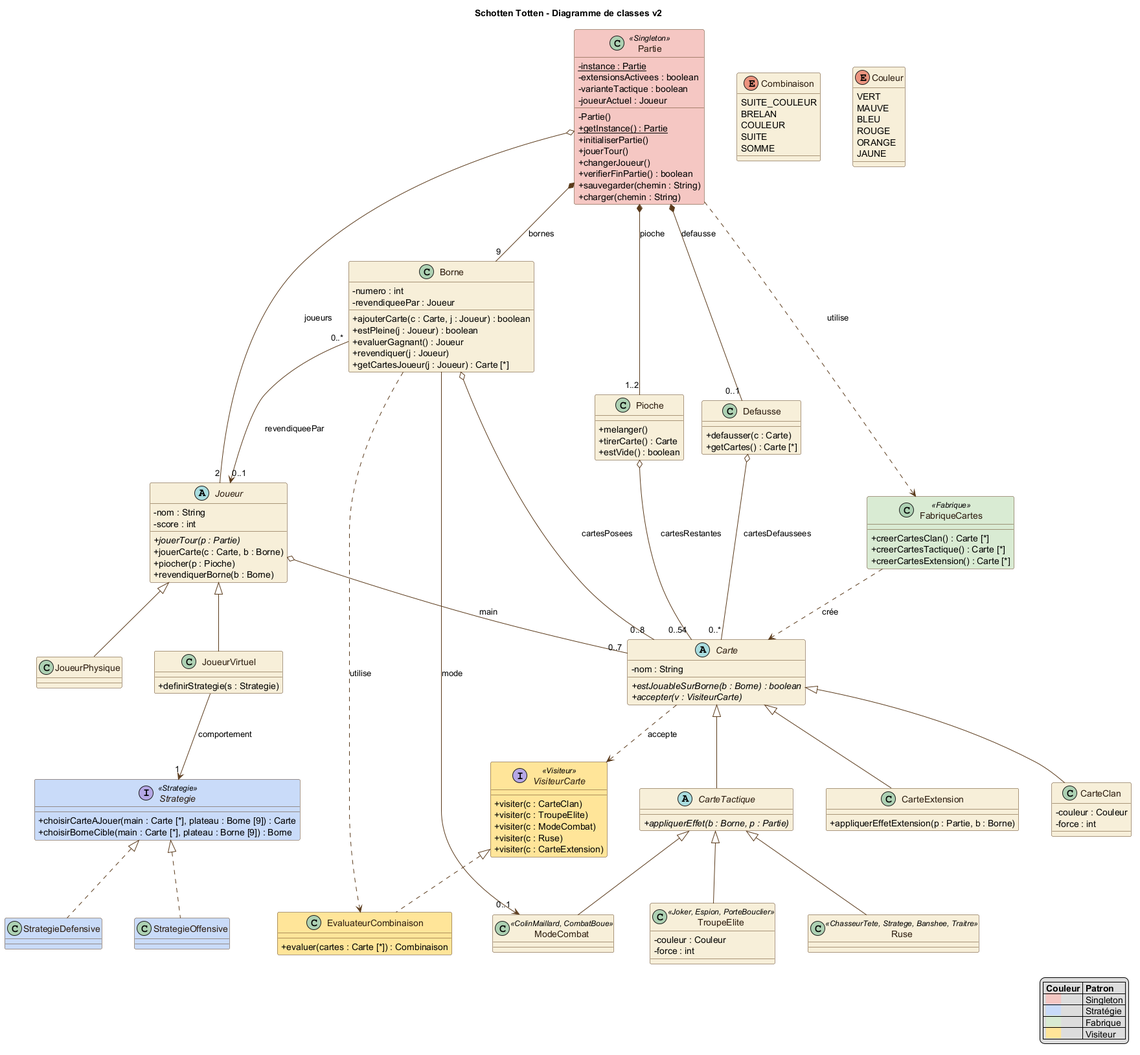
The PlantUML diagram doc/uml/classes-v2.png in Lelio88/lo02-schotten-totten-soutenance, before a commit.
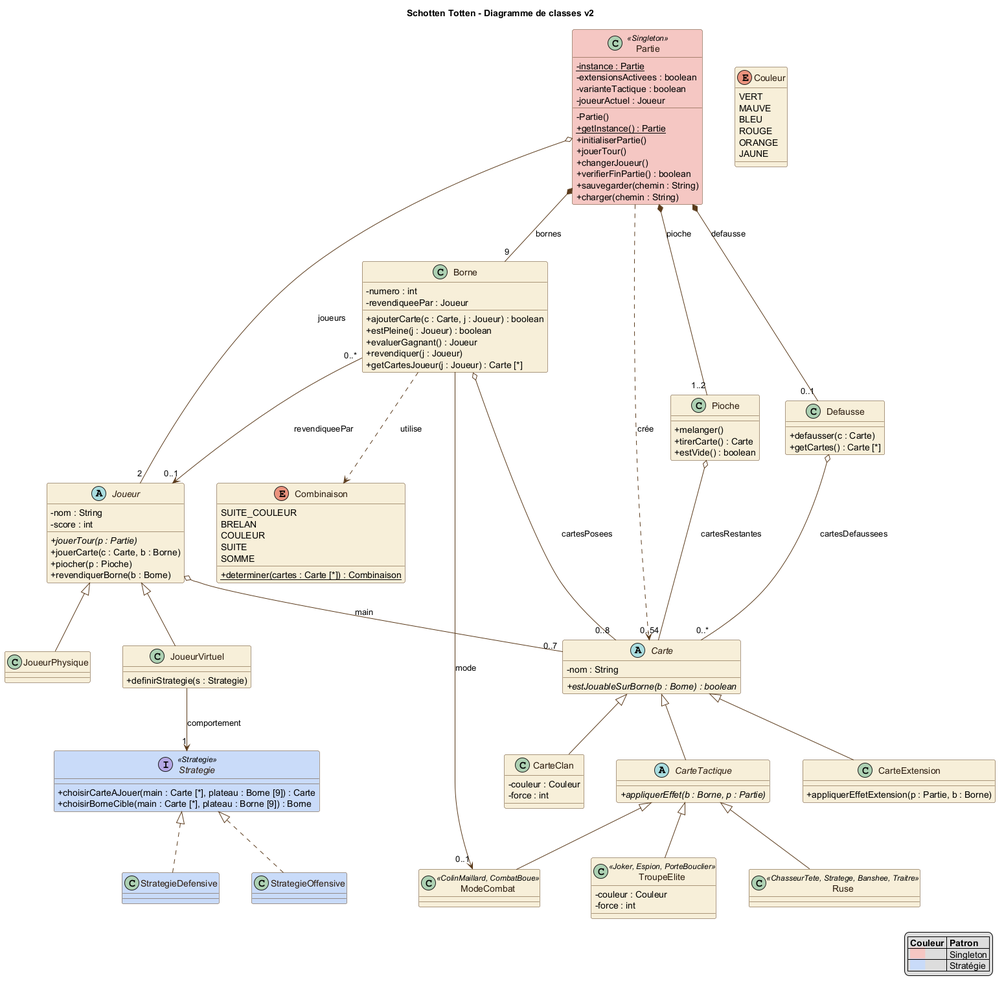
Above is the later version.

What changed in the source:
```diff
@@ -54,6 +54,7 @@
   COULEUR
   SUITE
   SOMME
+  + {static} determiner(cartes : Carte [*]) : Combinaison
 }
 
 abstract class Joueur {
@@ -80,7 +81,6 @@
 abstract class Carte {
   - nom : String
   + {abstract} estJouableSurBorne(b : Borne) : boolean
-  + {abstract} accepter(v : VisiteurCarte)
 }
 
 class CarteClan {
@@ -112,23 +112,6 @@
   JAUNE
 }
 
-class FabriqueCartes <<Fabrique>> #D9EAD3 {
-  + creerCartesClan() : Carte [*]
-  + creerCartesTactique() : Carte [*]
-  + creerCartesExtension() : Carte [*]
-}
-
-interface VisiteurCarte <<Visiteur>> #FFE599 {
-  + visiter(c : CarteClan)
-  + visiter(c : TroupeElite)
-  + visiter(c : ModeCombat)
-  + visiter(c : Ruse)
-  + visiter(c : CarteExtension)
-}
-class EvaluateurCombinaison #FFE599 {
-  + evaluer(cartes : Carte [*]) : Combinaison
-}
-
 Partie *-- "9" Borne : bornes
 Partie *-- "1..2" Pioche : pioche
 Partie *-- "0..1" Defausse : defausse
@@ -153,17 +136,12 @@
 CarteTactique <|-- ModeCombat
 CarteTactique <|-- Ruse
 
-Partie ..> FabriqueCartes : utilise
-FabriqueCartes ..> Carte : crée
-Carte ..> VisiteurCarte : accepte
-VisiteurCarte <|.. EvaluateurCombinaison
-Borne ..> EvaluateurCombinaison : utilise
+Borne ..> Combinaison : utilise
+Partie ..> Carte : crée
 
 legend right
   |= Couleur |= Patron |
   | <back:#F4C7C3>      </back> | Singleton |
   | <back:#C9DAF8>      </back> | Stratégie |
-  | <back:#D9EAD3>      </back> | Fabrique |
-  | <back:#FFE599>      </back> | Visiteur |
 endlegend
 @enduml
```
